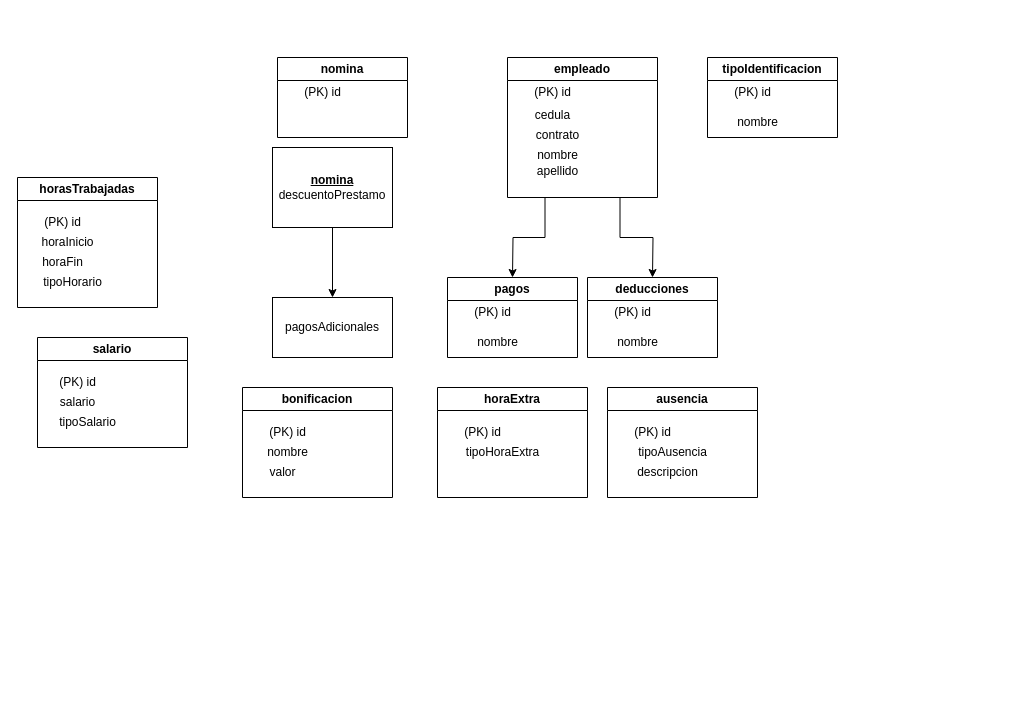
andrescardo98/ed keeps this draw.io diagram as EmpresaConfeccion.drawio. Above is the earlier version. Source tidied: cells renumbered, new cells numbered last; positions are measured from the earlier drawing's top-left corner, leaving out a move shared by most shapes. Both pictures are drawn from the tidied source at 100%, with x=0, y=0 at pixel (17, 57).
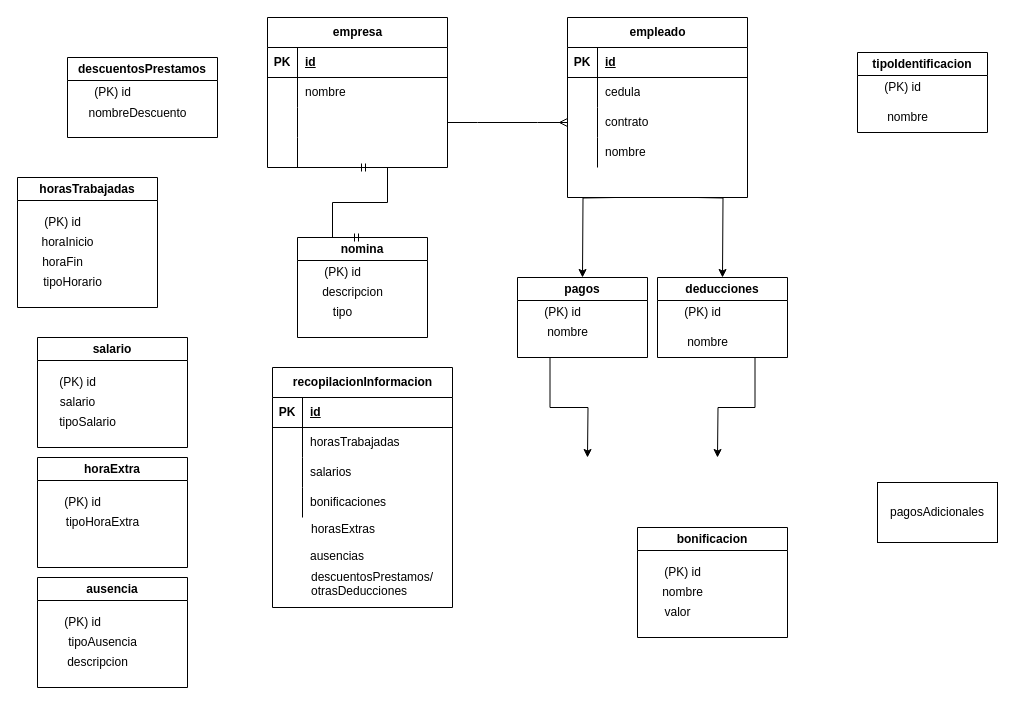
The same diagram, later.

What changed in the source:
```diff
@@
-    <mxCell id="2" style="edgeStyle=orthogonalEdgeStyle;rounded=0;jettySize=auto;html=1;exitX=0.5;exitY=1;exitDx=0;exitDy=0;entryX=0.5;entryY=0;entryDx=0;entryDy=0;" parent="1" edge="1" source="3" target="6">
-      <mxGeometry relative="1" as="geometry" />
-    </mxCell>
-    <mxCell id="3" value="&lt;b&gt;&lt;u&gt;nomina&lt;/u&gt;&lt;/b&gt;&lt;br&gt;descuentoPrestamo" style="rounded=0;whiteSpace=wrap;html=1;" parent="1" vertex="1">
-      <mxGeometry x="255" y="90" width="120" height="80" as="geometry" />
-    </mxCell>
-    <mxCell id="4" style="edgeStyle=orthogonalEdgeStyle;rounded=0;jettySize=auto;html=1;exitX=0.25;exitY=1;exitDx=0;exitDy=0;entryX=0.5;entryY=0;entryDx=0;entryDy=0;" parent="1" edge="1" source="23">
+    <mxCell id="4" style="edgeStyle=orthogonalEdgeStyle;rounded=0;orthogonalLoop=1;jettySize=auto;html=1;exitX=0.25;exitY=1;exitDx=0;exitDy=0;entryX=0.5;entryY=0;entryDx=0;entryDy=0;" parent="1" edge="1">
       <mxGeometry relative="1" as="geometry">
-        <mxPoint x="495" y="220" as="targetPoint" />
+        <mxPoint x="597.5" y="140" as="sourcePoint" />
+        <mxPoint x="565" y="220" as="targetPoint" />
       </mxGeometry>
     </mxCell>
-    <mxCell id="5" style="edgeStyle=orthogonalEdgeStyle;rounded=0;jettySize=auto;html=1;entryX=0.5;entryY=0;entryDx=0;entryDy=0;exitX=0.75;exitY=1;exitDx=0;exitDy=0;" parent="1" edge="1" source="23">
+    <mxCell id="5" style="edgeStyle=orthogonalEdgeStyle;rounded=0;orthogonalLoop=1;jettySize=auto;html=1;entryX=0.5;entryY=0;entryDx=0;entryDy=0;" parent="1" edge="1">
       <mxGeometry relative="1" as="geometry">
-        <mxPoint x="635" y="220" as="targetPoint" />
+        <mxPoint x="680" y="140" as="sourcePoint" />
+        <mxPoint x="705" y="220" as="targetPoint" />
       </mxGeometry>
     </mxCell>
     <mxCell id="6" value="pagosAdicionales" style="rounded=0;whiteSpace=wrap;html=1;" parent="1" vertex="1">
-      <mxGeometry x="255" y="240" width="120" height="60" as="geometry" />
+      <mxGeometry x="860" y="425" width="120" height="60" as="geometry" />
     </mxCell>
@@
     <mxCell id="16" value="bonificacion" style="swimlane;whiteSpace=wrap;html=1;startSize=23;" parent="1" vertex="1">
-      <mxGeometry x="225" y="330" width="150" height="110" as="geometry" />
+      <mxGeometry x="620" y="470" width="150" height="110" as="geometry" />
     </mxCell>
@@
     <mxCell id="20" value="horaExtra" style="swimlane;whiteSpace=wrap;html=1;startSize=23;" parent="1" vertex="1">
-      <mxGeometry x="420" y="330" width="150" height="110" as="geometry" />
+      <mxGeometry x="20" y="400" width="150" height="110" as="geometry" />
     </mxCell>
@@
-    <mxCell id="23" value="empleado" style="swimlane;whiteSpace=wrap;html=1;startSize=23;" parent="1" vertex="1">
-      <mxGeometry x="490" width="150" height="140" as="geometry" />
-    </mxCell>
-    <mxCell id="24" value="contrato" style="text;html=1;align=center;verticalAlign=middle;strokeColor=none;fillColor=none;" parent="23" vertex="1">
-      <mxGeometry x="15" y="63" width="70" height="30" as="geometry" />
-    </mxCell>
-    <mxCell id="25" value="(PK) id" style="text;html=1;align=center;verticalAlign=middle;strokeColor=none;fillColor=none;" parent="23" vertex="1">
-      <mxGeometry x="15" y="20" width="60" height="30" as="geometry" />
-    </mxCell>
-    <mxCell id="26" value="nombre" style="text;html=1;align=center;verticalAlign=middle;strokeColor=none;fillColor=none;" parent="23" vertex="1">
-      <mxGeometry x="20" y="83" width="60" height="30" as="geometry" />
-    </mxCell>
-    <mxCell id="27" value="cedula" style="text;html=1;align=center;verticalAlign=middle;strokeColor=none;fillColor=none;" parent="1" vertex="1">
-      <mxGeometry x="505" y="43" width="60" height="30" as="geometry" />
-    </mxCell>
-    <mxCell id="28" value="apellido" style="text;html=1;align=center;verticalAlign=middle;strokeColor=none;fillColor=none;" parent="1" vertex="1">
-      <mxGeometry x="510" y="99" width="60" height="30" as="geometry" />
-    </mxCell>
     <mxCell id="29" value="tipoIdentificacion" style="swimlane;whiteSpace=wrap;html=1;startSize=23;" parent="1" vertex="1">
-      <mxGeometry x="690" width="130" height="80" as="geometry" />
+      <mxGeometry x="840" y="-5" width="130" height="80" as="geometry" />
     </mxCell>
@@
+    <mxCell id="44" style="edgeStyle=orthogonalEdgeStyle;rounded=0;jettySize=auto;html=1;exitX=0.25;exitY=1;exitDx=0;exitDy=0;entryX=0;entryY=0.5;entryDx=0;entryDy=0;" parent="1" edge="1" source="32">
+      <mxGeometry relative="1" as="geometry">
+        <mxPoint x="570" y="400" as="targetPoint" />
+      </mxGeometry>
+    </mxCell>
     <mxCell id="32" value="pagos" style="swimlane;whiteSpace=wrap;html=1;startSize=23;" parent="1" vertex="1">
-      <mxGeometry x="430" y="220" width="130" height="80" as="geometry" />
+      <mxGeometry x="500" y="220" width="130" height="80" as="geometry" />
     </mxCell>
@@
     <mxCell id="34" value="nombre" style="text;html=1;align=center;verticalAlign=middle;strokeColor=none;fillColor=none;" parent="32" vertex="1">
-      <mxGeometry x="20" y="50" width="60" height="30" as="geometry" />
+      <mxGeometry x="20" y="40" width="60" height="30" as="geometry" />
     </mxCell>
+    <mxCell id="45" style="edgeStyle=orthogonalEdgeStyle;rounded=0;jettySize=auto;html=1;exitX=0.75;exitY=1;exitDx=0;exitDy=0;entryX=1;entryY=0.5;entryDx=0;entryDy=0;" parent="1" edge="1" source="35">
+      <mxGeometry relative="1" as="geometry">
+        <mxPoint x="700" y="400" as="targetPoint" />
+      </mxGeometry>
+    </mxCell>
     <mxCell id="35" value="deducciones" style="swimlane;whiteSpace=wrap;html=1;startSize=23;" parent="1" vertex="1">
-      <mxGeometry x="570" y="220" width="130" height="80" as="geometry" />
+      <mxGeometry x="640" y="220" width="130" height="80" as="geometry" />
     </mxCell>
@@
-    <mxCell id="38" value="nomina" style="swimlane;whiteSpace=wrap;html=1;startSize=23;" parent="1" vertex="1">
-      <mxGeometry x="260" width="130" height="80" as="geometry" />
-    </mxCell>
-    <mxCell id="39" value="(PK) id" style="text;html=1;align=center;verticalAlign=middle;strokeColor=none;fillColor=none;" parent="38" vertex="1">
-      <mxGeometry x="15" y="20" width="60" height="30" as="geometry" />
-    </mxCell>
     <mxCell id="40" value="ausencia" style="swimlane;whiteSpace=wrap;html=1;startSize=23;" parent="1" vertex="1">
-      <mxGeometry x="590" y="330" width="150" height="110" as="geometry" />
+      <mxGeometry x="20" y="520" width="150" height="110" as="geometry" />
     </mxCell>
@@
+    <mxCell id="46" value="descuentosPrestamos" style="swimlane;whiteSpace=wrap;html=1;startSize=23;" parent="1" vertex="1">
+      <mxGeometry x="50" width="150" height="80" as="geometry" />
+    </mxCell>
+    <mxCell id="47" value="(PK) id" style="text;html=1;align=center;verticalAlign=middle;strokeColor=none;fillColor=none;" parent="46" vertex="1">
+      <mxGeometry x="15" y="20" width="60" height="30" as="geometry" />
+    </mxCell>
+    <mxCell id="48" value="nombreDescuento" style="text;html=1;align=center;verticalAlign=middle;strokeColor=none;fillColor=none;" parent="46" vertex="1">
+      <mxGeometry x="10" y="41" width="120" height="30" as="geometry" />
+    </mxCell>
+    <mxCell id="23" value="empleado" style="shape=table;startSize=30;childLayout=tableLayout;rowLines=0;fontStyle=1;align=center;html=1;" parent="1" vertex="1">
+      <mxGeometry x="550" y="-40" width="180" height="180" as="geometry" />
+    </mxCell>
+    <mxCell id="49" style="shape=tableRow;horizontal=0;startSize=0;swimlaneHead=0;swimlaneBody=0;fillColor=none;top=0;left=0;right=0;bottom=1;" parent="23" vertex="1">
+      <mxGeometry y="30" width="180" height="30" as="geometry" />
+    </mxCell>
+    <mxCell id="50" value="PK" style="shape=partialRectangle;fillColor=none;top=0;left=0;bottom=0;right=0;fontStyle=1;overflow=hidden;whiteSpace=wrap;html=1;" parent="49" vertex="1">
+      <mxGeometry width="30" height="30" as="geometry" />
+    </mxCell>
+    <mxCell id="51" value="id" style="shape=partialRectangle;fillColor=none;top=0;left=0;bottom=0;right=0;align=left;spacingLeft=6;fontStyle=5;overflow=hidden;whiteSpace=wrap;html=1;" parent="49" vertex="1">
+      <mxGeometry x="30" width="150" height="30" as="geometry" />
+    </mxCell>
+    <mxCell id="52" style="shape=tableRow;horizontal=0;startSize=0;swimlaneHead=0;swimlaneBody=0;fillColor=none;top=0;left=0;right=0;bottom=0;" parent="23" vertex="1">
+      <mxGeometry y="60" width="180" height="30" as="geometry" />
+    </mxCell>
+    <mxCell id="53" style="shape=partialRectangle;fillColor=none;top=0;left=0;bottom=0;right=0;overflow=hidden;whiteSpace=wrap;html=1;" parent="52" vertex="1">
+      <mxGeometry width="30" height="30" as="geometry" />
+    </mxCell>
+    <mxCell id="27" value="cedula" style="shape=partialRectangle;fillColor=none;top=0;left=0;bottom=0;right=0;align=left;spacingLeft=6;overflow=hidden;whiteSpace=wrap;html=1;" parent="52" vertex="1">
+      <mxGeometry x="30" width="150" height="30" as="geometry" />
+    </mxCell>
+    <mxCell id="54" style="shape=tableRow;horizontal=0;startSize=0;swimlaneHead=0;swimlaneBody=0;fillColor=none;points=[[0,0.5],[1,0.5]];portConstraint=eastwest;top=0;left=0;right=0;bottom=0;" parent="23" vertex="1">
+      <mxGeometry y="90" width="180" height="30" as="geometry" />
+    </mxCell>
+    <mxCell id="55" style="shape=partialRectangle;fillColor=none;top=0;left=0;bottom=0;right=0;overflow=hidden;whiteSpace=wrap;html=1;" parent="54" vertex="1">
+      <mxGeometry width="30" height="30" as="geometry" />
+    </mxCell>
+    <mxCell id="24" value="contrato" style="shape=partialRectangle;fillColor=none;top=0;left=0;bottom=0;right=0;align=left;spacingLeft=6;overflow=hidden;whiteSpace=wrap;html=1;" parent="54" vertex="1">
+      <mxGeometry x="30" width="150" height="30" as="geometry" />
+    </mxCell>
+    <mxCell id="56" style="shape=tableRow;horizontal=0;startSize=0;swimlaneHead=0;swimlaneBody=0;fillColor=none;top=0;left=0;right=0;bottom=0;" parent="23" vertex="1">
+      <mxGeometry y="120" width="180" height="30" as="geometry" />
+    </mxCell>
+    <mxCell id="57" style="shape=partialRectangle;fillColor=none;top=0;left=0;bottom=0;right=0;overflow=hidden;whiteSpace=wrap;html=1;" parent="56" vertex="1">
+      <mxGeometry width="30" height="30" as="geometry" />
+    </mxCell>
+    <mxCell id="58" value="nombre" style="shape=partialRectangle;fillColor=none;top=0;left=0;bottom=0;right=0;align=left;spacingLeft=6;overflow=hidden;whiteSpace=wrap;html=1;" parent="56" vertex="1">
+      <mxGeometry x="30" width="150" height="30" as="geometry" />
+    </mxCell>
+    <mxCell id="59" value="empresa" style="shape=table;startSize=30;childLayout=tableLayout;rowLines=0;fontStyle=1;align=center;html=1;" parent="1" vertex="1">
+      <mxGeometry x="250" y="-40" width="180" height="150" as="geometry" />
+    </mxCell>
+    <mxCell id="60" style="shape=tableRow;horizontal=0;startSize=0;swimlaneHead=0;swimlaneBody=0;fillColor=none;top=0;left=0;right=0;bottom=1;" parent="59" vertex="1">
+      <mxGeometry y="30" width="180" height="30" as="geometry" />
+    </mxCell>
+    <mxCell id="61" value="PK" style="shape=partialRectangle;fillColor=none;top=0;left=0;bottom=0;right=0;fontStyle=1;overflow=hidden;whiteSpace=wrap;html=1;" parent="60" vertex="1">
+      <mxGeometry width="30" height="30" as="geometry" />
+    </mxCell>
+    <mxCell id="62" value="id" style="shape=partialRectangle;fillColor=none;top=0;left=0;bottom=0;right=0;align=left;spacingLeft=6;fontStyle=5;overflow=hidden;whiteSpace=wrap;html=1;" parent="60" vertex="1">
+      <mxGeometry x="30" width="150" height="30" as="geometry" />
+    </mxCell>
+    <mxCell id="63" style="shape=tableRow;horizontal=0;startSize=0;swimlaneHead=0;swimlaneBody=0;fillColor=none;top=0;left=0;right=0;bottom=0;" parent="59" vertex="1">
+      <mxGeometry y="60" width="180" height="30" as="geometry" />
+    </mxCell>
+    <mxCell id="64" style="shape=partialRectangle;fillColor=none;top=0;left=0;bottom=0;right=0;overflow=hidden;whiteSpace=wrap;html=1;" parent="63" vertex="1">
+      <mxGeometry width="30" height="30" as="geometry" />
+    </mxCell>
+    <mxCell id="65" value="nombre" style="shape=partialRectangle;fillColor=none;top=0;left=0;bottom=0;right=0;align=left;spacingLeft=6;overflow=hidden;whiteSpace=wrap;html=1;" parent="63" vertex="1">
+      <mxGeometry x="30" width="150" height="30" as="geometry" />
+    </mxCell>
+    <mxCell id="66" style="shape=tableRow;horizontal=0;startSize=0;swimlaneHead=0;swimlaneBody=0;fillColor=none;points=[[0,0.5],[1,0.5]];portConstraint=eastwest;top=0;left=0;right=0;bottom=0;" parent="59" vertex="1">
+      <mxGeometry y="90" width="180" height="30" as="geometry" />
+    </mxCell>
+    <mxCell id="67" style="shape=partialRectangle;fillColor=none;top=0;left=0;bottom=0;right=0;overflow=hidden;whiteSpace=wrap;html=1;" parent="66" vertex="1">
+      <mxGeometry width="30" height="30" as="geometry" />
+    </mxCell>
+    <mxCell id="68" style="shape=partialRectangle;fillColor=none;top=0;left=0;bottom=0;right=0;align=left;spacingLeft=6;overflow=hidden;whiteSpace=wrap;html=1;" parent="66" vertex="1">
+      <mxGeometry x="30" width="150" height="30" as="geometry" />
+    </mxCell>
+    <mxCell id="69" style="shape=tableRow;horizontal=0;startSize=0;swimlaneHead=0;swimlaneBody=0;fillColor=none;top=0;left=0;right=0;bottom=0;" parent="59" vertex="1">
+      <mxGeometry y="120" width="180" height="30" as="geometry" />
+    </mxCell>
+    <mxCell id="70" style="shape=partialRectangle;fillColor=none;top=0;left=0;bottom=0;right=0;overflow=hidden;whiteSpace=wrap;html=1;" parent="69" vertex="1">
+      <mxGeometry width="30" height="30" as="geometry" />
+    </mxCell>
+    <mxCell id="71" style="shape=partialRectangle;fillColor=none;top=0;left=0;bottom=0;right=0;align=left;spacingLeft=6;overflow=hidden;whiteSpace=wrap;html=1;" parent="69" vertex="1">
+      <mxGeometry x="30" width="150" height="30" as="geometry" />
+    </mxCell>
+    <mxCell id="72" style="edgeStyle=entityRelationEdgeStyle;fontSize=12;html=1;endArrow=ERmany;rounded=0;exitX=1;exitY=0.5;exitDx=0;exitDy=0;entryX=0;entryY=0.5;entryDx=0;entryDy=0;" parent="1" edge="1" source="66" target="54">
+      <mxGeometry relative="1" as="geometry" />
+    </mxCell>
+    <mxCell id="38" value="nomina" style="swimlane;whiteSpace=wrap;html=1;startSize=23;" parent="1" vertex="1">
+      <mxGeometry x="280" y="180" width="130" height="100" as="geometry" />
+    </mxCell>
+    <mxCell id="73" value="(PK) id" style="text;html=1;align=center;verticalAlign=middle;strokeColor=none;fillColor=none;" parent="38" vertex="1">
+      <mxGeometry x="15" y="20" width="60" height="30" as="geometry" />
+    </mxCell>
+    <mxCell id="74" value="descripcion" style="text;html=1;align=center;verticalAlign=middle;strokeColor=none;fillColor=none;" parent="38" vertex="1">
+      <mxGeometry x="15" y="40" width="80" height="30" as="geometry" />
+    </mxCell>
+    <mxCell id="75" value="tipo" style="text;html=1;align=center;verticalAlign=middle;strokeColor=none;fillColor=none;" parent="38" vertex="1">
+      <mxGeometry x="25" y="60" width="40" height="30" as="geometry" />
+    </mxCell>
+    <mxCell id="76" style="edgeStyle=entityRelationEdgeStyle;fontSize=12;html=1;endArrow=ERmandOne;startArrow=ERmandOne;rounded=0;entryX=0.5;entryY=0;entryDx=0;entryDy=0;" parent="1" edge="1" target="38">
+      <mxGeometry relative="1" as="geometry">
+        <mxPoint x="340" y="110" as="sourcePoint" />
+        <Array as="points">
+          <mxPoint x="342" y="150" />
+        </Array>
+      </mxGeometry>
+    </mxCell>
+    <mxCell id="77" value="recopilacionInformacion" style="shape=table;startSize=30;childLayout=tableLayout;rowLines=0;fontStyle=1;align=center;html=1;" parent="1" vertex="1">
+      <mxGeometry x="255" y="310" width="180" height="240" as="geometry" />
+    </mxCell>
+    <mxCell id="78" style="shape=tableRow;horizontal=0;startSize=0;swimlaneHead=0;swimlaneBody=0;fillColor=none;top=0;left=0;right=0;bottom=1;" parent="77" vertex="1">
+      <mxGeometry y="30" width="180" height="30" as="geometry" />
+    </mxCell>
+    <mxCell id="79" value="PK" style="shape=partialRectangle;fillColor=none;top=0;left=0;bottom=0;right=0;fontStyle=1;overflow=hidden;whiteSpace=wrap;html=1;" parent="78" vertex="1">
+      <mxGeometry width="30" height="30" as="geometry" />
+    </mxCell>
+    <mxCell id="80" value="id" style="shape=partialRectangle;fillColor=none;top=0;left=0;bottom=0;right=0;align=left;spacingLeft=6;fontStyle=5;overflow=hidden;whiteSpace=wrap;html=1;" parent="78" vertex="1">
+      <mxGeometry x="30" width="150" height="30" as="geometry" />
+    </mxCell>
+    <mxCell id="81" style="shape=tableRow;horizontal=0;startSize=0;swimlaneHead=0;swimlaneBody=0;fillColor=none;top=0;left=0;right=0;bottom=0;" parent="77" vertex="1">
+      <mxGeometry y="60" width="180" height="30" as="geometry" />
+    </mxCell>
+    <mxCell id="82" style="shape=partialRectangle;fillColor=none;top=0;left=0;bottom=0;right=0;overflow=hidden;whiteSpace=wrap;html=1;" parent="81" vertex="1">
+      <mxGeometry width="30" height="30" as="geometry" />
+    </mxCell>
+    <mxCell id="83" value="horasTrabajadas" style="shape=partialRectangle;fillColor=none;top=0;left=0;bottom=0;right=0;align=left;spacingLeft=6;overflow=hidden;whiteSpace=wrap;html=1;" parent="81" vertex="1">
+      <mxGeometry x="30" width="150" height="30" as="geometry" />
+    </mxCell>
+    <mxCell id="84" style="shape=tableRow;horizontal=0;startSize=0;swimlaneHead=0;swimlaneBody=0;fillColor=none;top=0;left=0;right=0;bottom=0;" parent="77" vertex="1">
+      <mxGeometry y="90" width="180" height="30" as="geometry" />
+    </mxCell>
+    <mxCell id="85" style="shape=partialRectangle;fillColor=none;top=0;left=0;bottom=0;right=0;overflow=hidden;whiteSpace=wrap;html=1;" parent="84" vertex="1">
+      <mxGeometry width="30" height="30" as="geometry" />
+    </mxCell>
+    <mxCell id="86" value="salarios" style="shape=partialRectangle;fillColor=none;top=0;left=0;bottom=0;right=0;align=left;spacingLeft=6;overflow=hidden;whiteSpace=wrap;html=1;" parent="84" vertex="1">
+      <mxGeometry x="30" width="150" height="30" as="geometry" />
+    </mxCell>
+    <mxCell id="87" style="shape=tableRow;horizontal=0;startSize=0;swimlaneHead=0;swimlaneBody=0;fillColor=none;top=0;left=0;right=0;bottom=0;" parent="77" vertex="1">
+      <mxGeometry y="120" width="180" height="30" as="geometry" />
+    </mxCell>
+    <mxCell id="88" style="shape=partialRectangle;fillColor=none;top=0;left=0;bottom=0;right=0;overflow=hidden;whiteSpace=wrap;html=1;" parent="87" vertex="1">
+      <mxGeometry width="30" height="30" as="geometry" />
+    </mxCell>
+    <mxCell id="89" value="bonificaciones" style="shape=partialRectangle;fillColor=none;top=0;left=0;bottom=0;right=0;align=left;spacingLeft=6;overflow=hidden;whiteSpace=wrap;html=1;" parent="87" vertex="1">
+      <mxGeometry x="30" width="150" height="30" as="geometry" />
+    </mxCell>
+    <mxCell id="90" style="shape=tableRow;horizontal=0;startSize=0;swimlaneHead=0;swimlaneBody=0;fillColor=none;top=0;left=0;right=0;bottom=0;" parent="1" vertex="1">
+      <mxGeometry x="256" y="460" width="180" height="30" as="geometry" />
+    </mxCell>
+    <mxCell id="91" style="shape=partialRectangle;fillColor=none;top=0;left=0;bottom=0;right=0;overflow=hidden;whiteSpace=wrap;html=1;" parent="90" vertex="1">
+      <mxGeometry width="30" height="30" as="geometry" />
+    </mxCell>
+    <mxCell id="92" value="horasExtras" style="shape=partialRectangle;fillColor=none;top=0;left=0;bottom=0;right=0;align=left;spacingLeft=6;overflow=hidden;whiteSpace=wrap;html=1;" parent="90" vertex="1">
+      <mxGeometry x="30" y="-3" width="150" height="30" as="geometry" />
+    </mxCell>
+    <mxCell id="93" style="shape=tableRow;horizontal=0;startSize=0;swimlaneHead=0;swimlaneBody=0;fillColor=none;top=0;left=0;right=0;bottom=0;" parent="1" vertex="1">
+      <mxGeometry x="255" y="480" width="180" height="30" as="geometry" />
+    </mxCell>
+    <mxCell id="94" style="shape=partialRectangle;fillColor=none;top=0;left=0;bottom=0;right=0;overflow=hidden;whiteSpace=wrap;html=1;" parent="93" vertex="1">
+      <mxGeometry width="30" height="30" as="geometry" />
+    </mxCell>
+    <mxCell id="95" value="ausencias" style="shape=partialRectangle;fillColor=none;top=0;left=0;bottom=0;right=0;align=left;spacingLeft=6;overflow=hidden;whiteSpace=wrap;html=1;" parent="1" vertex="1">
+      <mxGeometry x="285" y="484" width="150" height="30" as="geometry" />
+    </mxCell>
+    <mxCell id="96" value="descuentosPrestamos/&lt;br&gt;otrasDeducciones" style="shape=partialRectangle;fillColor=none;top=0;left=0;bottom=0;right=0;align=left;spacingLeft=6;overflow=hidden;whiteSpace=wrap;html=1;" parent="1" vertex="1">
+      <mxGeometry x="286" y="510" width="150" height="30" as="geometry" />
+    </mxCell>
```
